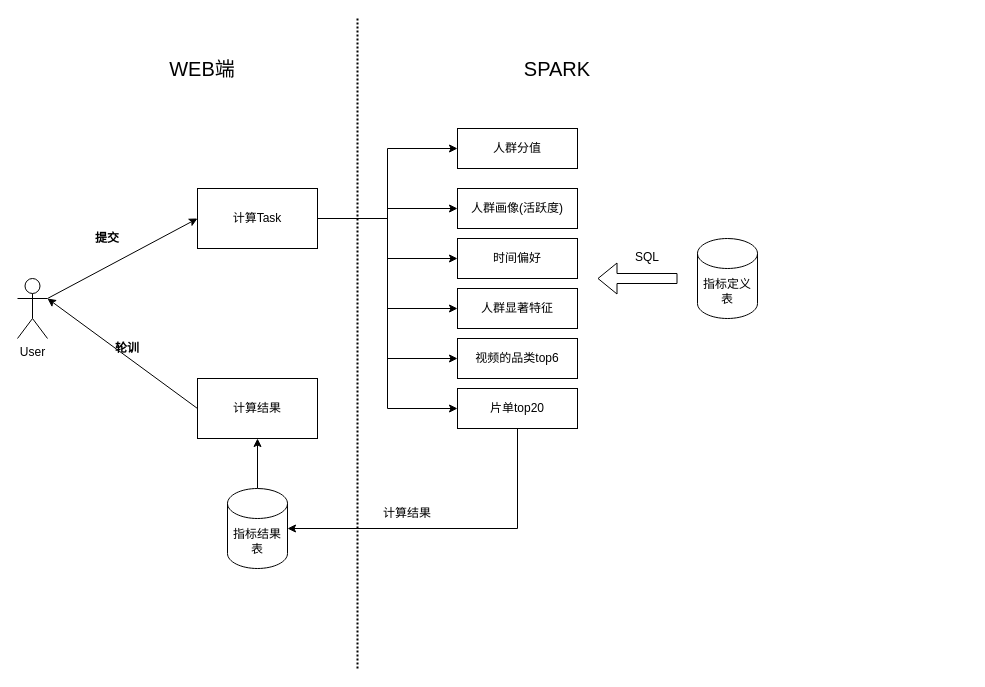
The draw.io diagram tx_2.3_dataflow.drawio in learn2Pro/draw_io_save, before the edit. Source tidied: cells renumbered, new cells numbered last; positions are measured from the earlier drawing's top-left corner, leaving out a move shared by most shapes. Both pictures are drawn from the tidied source at 100%, with x=0, y=0 at pixel (17, 18).
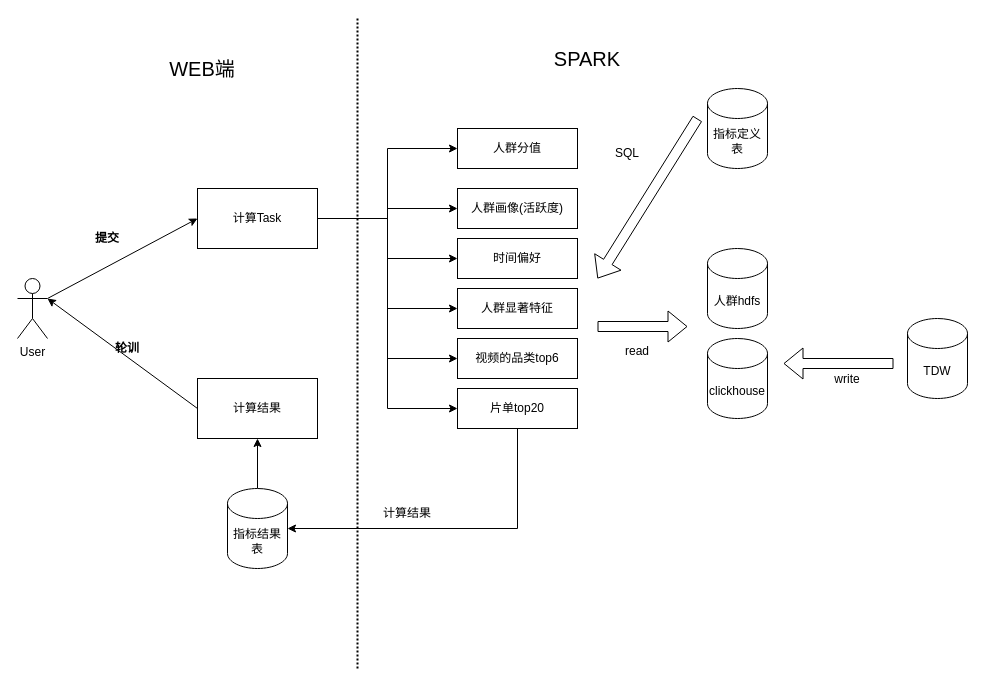
After the change.

The edit, as a diff of the source:
```diff
@@
     <mxCell id="13" value="指标定义表" style="shape=cylinder3;whiteSpace=wrap;html=1;boundedLbl=1;backgroundOutline=1;size=15;" parent="1" vertex="1">
-      <mxGeometry x="680" y="220" width="60" height="80" as="geometry" />
+      <mxGeometry x="690" y="70" width="60" height="80" as="geometry" />
     </mxCell>
@@
     <mxCell id="24" style="shape=flexArrow;endArrow=classic;html=1;rounded=0;strokeColor=#000000;" parent="1" edge="1">
       <mxGeometry relative="1" as="geometry">
-        <mxPoint x="660" y="260" as="sourcePoint" />
+        <mxPoint x="680" y="100" as="sourcePoint" />
         <mxPoint x="580" y="260" as="targetPoint" />
       </mxGeometry>
     </mxCell>
     <mxCell id="25" value="SQL" style="text;html=1;strokeColor=none;fillColor=none;align=center;verticalAlign=middle;whiteSpace=wrap;rounded=0;" parent="1" vertex="1">
-      <mxGeometry x="600" y="224" width="60" height="30" as="geometry" />
+      <mxGeometry x="580" y="120" width="60" height="30" as="geometry" />
     </mxCell>
@@
     <mxCell id="30" value="&lt;font style=&quot;font-size: 20px&quot;&gt;SPARK&lt;/font&gt;" style="text;html=1;strokeColor=none;fillColor=none;align=center;verticalAlign=middle;whiteSpace=wrap;rounded=0;" parent="1" vertex="1">
-      <mxGeometry x="480" y="30" width="120" height="40" as="geometry" />
+      <mxGeometry x="510" y="20" width="120" height="40" as="geometry" />
     </mxCell>
+    <mxCell id="31" value="clickhouse" style="shape=cylinder3;whiteSpace=wrap;html=1;boundedLbl=1;backgroundOutline=1;size=15;" parent="1" vertex="1">
+      <mxGeometry x="690" y="320" width="60" height="80" as="geometry" />
+    </mxCell>
+    <mxCell id="32" style="shape=flexArrow;endArrow=classic;html=1;rounded=0;strokeColor=#000000;" parent="1" edge="1">
+      <mxGeometry relative="1" as="geometry">
+        <mxPoint x="580" y="308" as="sourcePoint" />
+        <mxPoint x="670" y="308" as="targetPoint" />
+      </mxGeometry>
+    </mxCell>
+    <mxCell id="33" value="read" style="text;html=1;strokeColor=none;fillColor=none;align=center;verticalAlign=middle;whiteSpace=wrap;rounded=0;" parent="1" vertex="1">
+      <mxGeometry x="590" y="318" width="60" height="30" as="geometry" />
+    </mxCell>
+    <mxCell id="34" value="TDW" style="shape=cylinder3;whiteSpace=wrap;html=1;boundedLbl=1;backgroundOutline=1;size=15;" parent="1" vertex="1">
+      <mxGeometry x="890" y="300" width="60" height="80" as="geometry" />
+    </mxCell>
+    <mxCell id="35" style="shape=flexArrow;endArrow=classic;html=1;rounded=0;strokeColor=#000000;" parent="1" edge="1">
+      <mxGeometry relative="1" as="geometry">
+        <mxPoint x="876" y="345" as="sourcePoint" />
+        <mxPoint x="766" y="345" as="targetPoint" />
+      </mxGeometry>
+    </mxCell>
+    <mxCell id="36" value="write" style="text;html=1;strokeColor=none;fillColor=none;align=center;verticalAlign=middle;whiteSpace=wrap;rounded=0;" parent="1" vertex="1">
+      <mxGeometry x="800" y="346" width="60" height="30" as="geometry" />
+    </mxCell>
+    <mxCell id="37" value="人群hdfs" style="shape=cylinder3;whiteSpace=wrap;html=1;boundedLbl=1;backgroundOutline=1;size=15;" parent="1" vertex="1">
+      <mxGeometry x="690" y="230" width="60" height="80" as="geometry" />
+    </mxCell>
```
